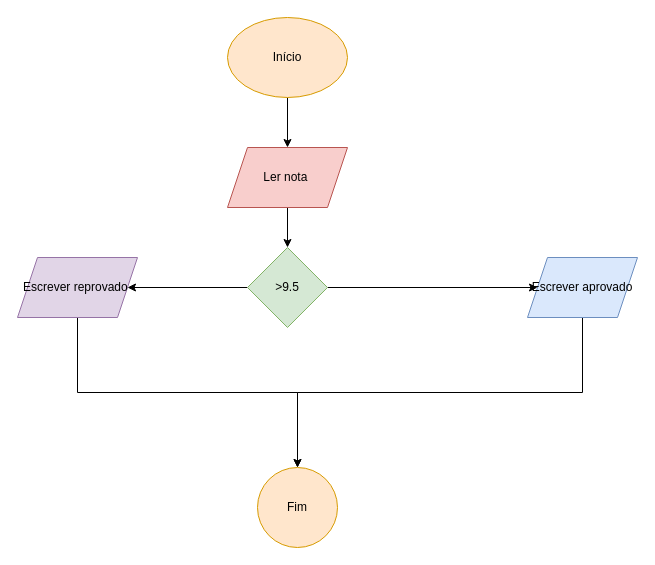
Earlier version of the draw.io diagram flux3.drawio (lavanyasahni/FLUXOGRAM). Source tidied: cells renumbered, new cells numbered last; positions are measured from the earlier drawing's top-left corner, leaving out a move shared by most shapes. Both pictures are drawn from the tidied source at 100%, with x=0, y=0 at pixel (17, 17).
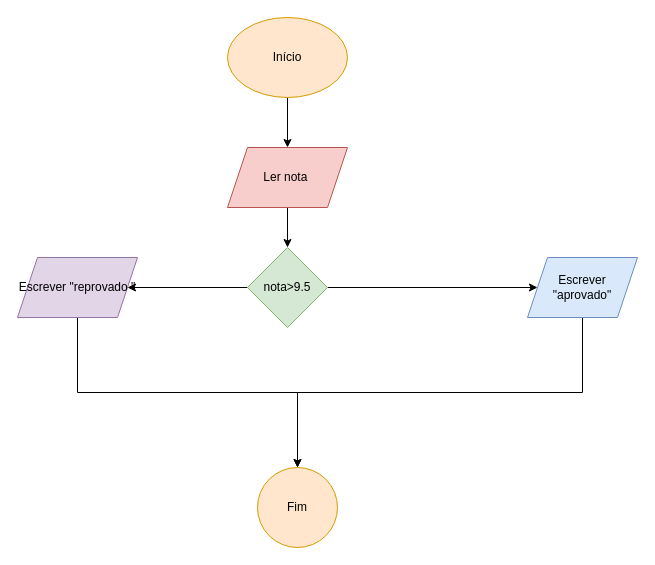
Above is the later version.

What changed in the source:
```diff
@@
 <mxGraphModel>
   <root>
     <mxCell id="0" />
     <mxCell id="1" parent="0" />
     <mxCell id="2" style="edgeStyle=orthogonalEdgeStyle;rounded=0;jettySize=auto;html=1;exitX=0.5;exitY=1;exitDx=0;exitDy=0;" parent="1" edge="1" source="3" target="5">
       <mxGeometry relative="1" as="geometry" />
     </mxCell>
     <mxCell id="3" value="Início" style="ellipse;whiteSpace=wrap;html=1;shapeInside=1;fillColor=#ffe6cc;strokeColor=#d79b00;" parent="1" vertex="1">
       <mxGeometry x="210" width="120" height="80" as="geometry" />
     </mxCell>
     <mxCell id="4" style="edgeStyle=orthogonalEdgeStyle;rounded=0;jettySize=auto;html=1;exitX=0.5;exitY=1;exitDx=0;exitDy=0;" parent="1" edge="1" source="5" target="8">
       <mxGeometry relative="1" as="geometry" />
     </mxCell>
     <mxCell id="5" value="Ler nota&amp;nbsp;" style="shape=parallelogram;perimeter=parallelogramPerimeter;whiteSpace=wrap;html=1;shapeInside=1;fixedSize=1;fillColor=#f8cecc;strokeColor=#b85450;" parent="1" vertex="1">
       <mxGeometry x="210" y="130" width="120" height="60" as="geometry" />
     </mxCell>
     <mxCell id="6" style="edgeStyle=orthogonalEdgeStyle;rounded=0;jettySize=auto;html=1;entryX=1;entryY=0.5;entryDx=0;entryDy=0;" parent="1" edge="1" source="8" target="10">
       <mxGeometry relative="1" as="geometry" />
     </mxCell>
     <mxCell id="7" style="edgeStyle=orthogonalEdgeStyle;rounded=0;jettySize=auto;html=1;exitX=1;exitY=0.5;exitDx=0;exitDy=0;" parent="1" edge="1" source="8" target="12">
       <mxGeometry relative="1" as="geometry" />
     </mxCell>
-    <mxCell id="8" value="&amp;gt;9.5" style="rhombus;whiteSpace=wrap;html=1;shapeInside=1;fillColor=#d5e8d4;strokeColor=#82b366;" parent="1" vertex="1">
+    <mxCell id="8" value="nota&amp;gt;9.5" style="rhombus;whiteSpace=wrap;html=1;shapeInside=1;fillColor=#d5e8d4;strokeColor=#82b366;" parent="1" vertex="1">
       <mxGeometry x="230" y="230" width="80" height="80" as="geometry" />
     </mxCell>
     <mxCell id="9" style="edgeStyle=orthogonalEdgeStyle;rounded=0;jettySize=auto;html=1;exitX=0.5;exitY=1;exitDx=0;exitDy=0;" parent="1" edge="1" source="10" target="13">
       <mxGeometry relative="1" as="geometry" />
     </mxCell>
-    <mxCell id="10" value="&lt;div&gt;Escrever reprovado&amp;nbsp;&lt;/div&gt;" style="shape=parallelogram;perimeter=parallelogramPerimeter;whiteSpace=wrap;html=1;shapeInside=1;fixedSize=1;fillColor=#e1d5e7;strokeColor=#9673a6;" parent="1" vertex="1">
+    <mxCell id="10" value="&lt;div&gt;Escrever &quot;reprovado &quot;&lt;/div&gt;" style="shape=parallelogram;perimeter=parallelogramPerimeter;whiteSpace=wrap;html=1;shapeInside=1;fixedSize=1;fillColor=#e1d5e7;strokeColor=#9673a6;" parent="1" vertex="1">
       <mxGeometry y="240" width="120" height="60" as="geometry" />
     </mxCell>
     <mxCell id="11" style="edgeStyle=orthogonalEdgeStyle;rounded=0;jettySize=auto;html=1;exitX=0.5;exitY=1;exitDx=0;exitDy=0;" parent="1" edge="1" source="12" target="13">
       <mxGeometry relative="1" as="geometry" />
     </mxCell>
-    <mxCell id="12" value="Escrever aprovado" style="shape=parallelogram;perimeter=parallelogramPerimeter;whiteSpace=wrap;html=1;shapeInside=1;fixedSize=1;fillColor=#dae8fc;strokeColor=#6c8ebf;" parent="1" vertex="1">
+    <mxCell id="12" value="Escrever &quot;aprovado&quot;" style="shape=parallelogram;perimeter=parallelogramPerimeter;whiteSpace=wrap;html=1;shapeInside=1;fixedSize=1;fillColor=#dae8fc;strokeColor=#6c8ebf;" parent="1" vertex="1">
       <mxGeometry x="510" y="240" width="110" height="60" as="geometry" />
     </mxCell>
     <mxCell id="13" value="Fim" style="ellipse;whiteSpace=wrap;html=1;shapeInside=1;fillColor=#ffe6cc;strokeColor=#d79b00;" parent="1" vertex="1">
       <mxGeometry x="240" y="450" width="80" height="80" as="geometry" />
     </mxCell>
   </root>
 </mxGraphModel>
```
